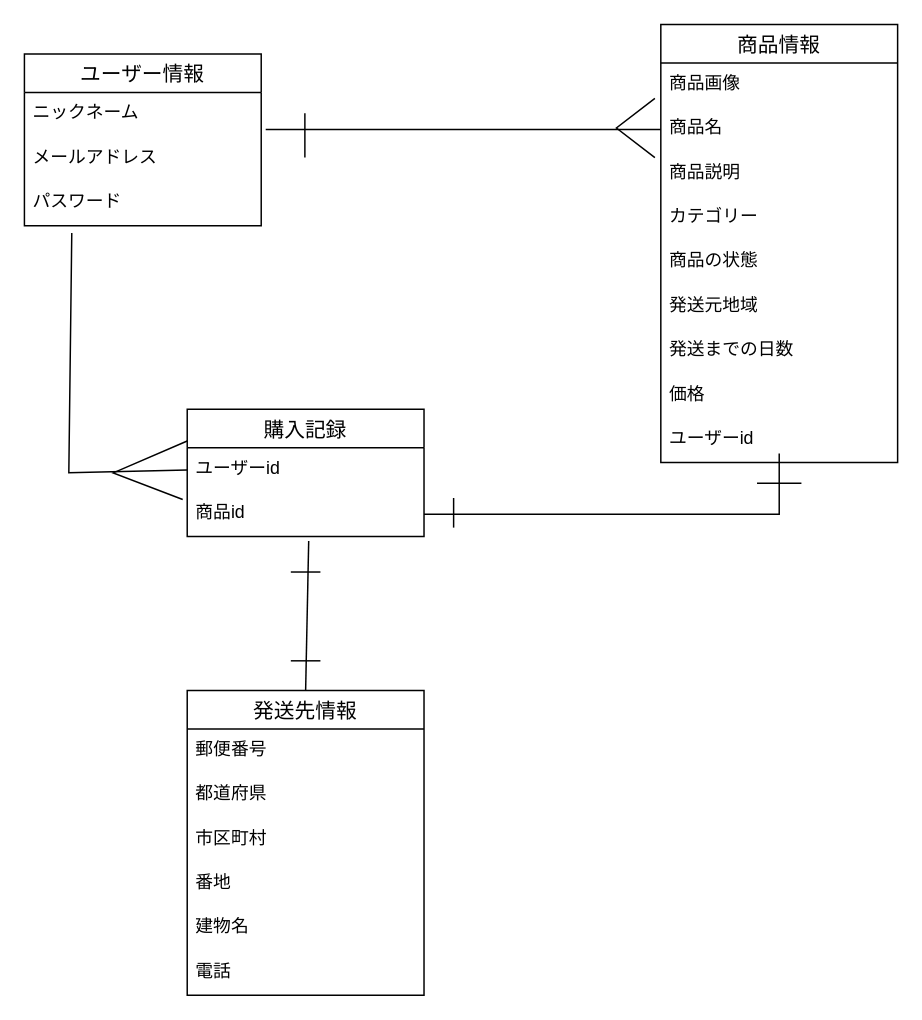
Above: test.dio in nariyakitada/furima-38401 (draw.io), before the change. Source tidied: cells renumbered, new cells numbered last; positions are measured from the earlier drawing's top-left corner, leaving out a move shared by most shapes. Both pictures are drawn from the tidied source at 148%, with x=0, y=0 at pixel (24, 24).
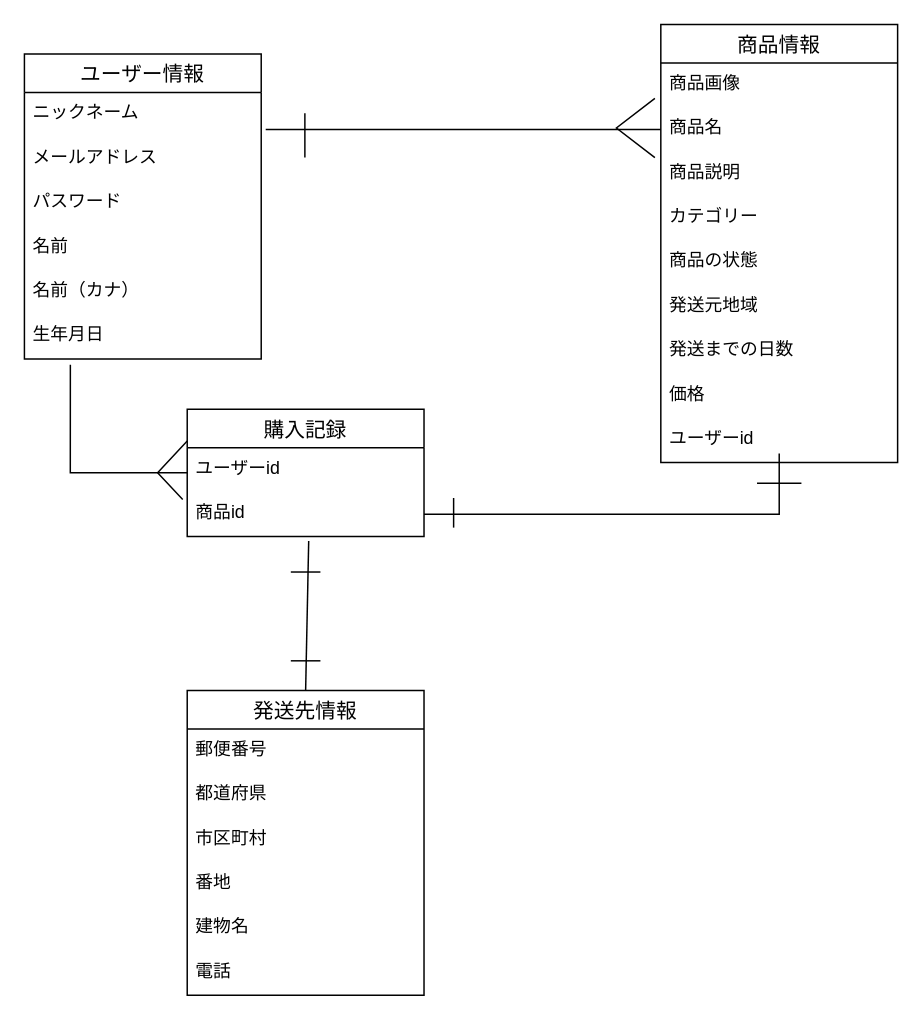
The same diagram, later.

Commit message (it also covers changes not shown here):
データベース設計２

The change refers to these unchanged cells:
```xml
<mxCell id="5" value="パスワード" style="text;strokeColor=none;fillColor=none;spacingLeft=4;spacingRight=4;overflow=hidden;points=[[0,0.5],[1,0.5]];portConstraint=eastwest;fontSize=12;" parent="2" vertex="1">
  <mxGeometry y="86" width="160" height="30" as="geometry" />
</mxCell>
<mxCell id="17" value="購入記録" style="swimlane;fontStyle=0;horizontal=1;startSize=26;align=center;fontSize=14;" parent="1" vertex="1">
  <mxGeometry x="110" y="260" width="160" height="86" as="geometry" />
</mxCell>
<mxCell id="18" value="ユーザーid" style="text;strokeColor=none;fillColor=none;spacingLeft=4;spacingRight=4;overflow=hidden;points=[[0,0.5],[1,0.5]];portConstraint=eastwest;fontSize=12;" parent="17" vertex="1">
  <mxGeometry y="26" width="160" height="30" as="geometry" />
</mxCell>
<mxCell id="19" value="商品id&#10;" style="text;strokeColor=none;fillColor=none;spacingLeft=4;spacingRight=4;overflow=hidden;points=[[0,0.5],[1,0.5]];portConstraint=eastwest;fontSize=12;" parent="17" vertex="1">
  <mxGeometry y="56" width="160" height="30" as="geometry" />
</mxCell>
```

The edit, as a diff of the source:
```diff
@@
     <mxCell id="2" value="ユーザー情報" style="swimlane;fontStyle=0;horizontal=1;startSize=26;align=center;fontSize=14;" parent="1" vertex="1">
-      <mxGeometry y="20" width="160" height="116" as="geometry" />
+      <mxGeometry y="20" width="160" height="206" as="geometry" />
     </mxCell>
@@
+    <mxCell id="37" value="名前" style="text;strokeColor=none;fillColor=none;spacingLeft=4;spacingRight=4;overflow=hidden;fontSize=12;" parent="2" vertex="1">
+      <mxGeometry y="116" width="160" height="30" as="geometry" />
+    </mxCell>
+    <mxCell id="38" value="名前（カナ）" style="text;strokeColor=none;fillColor=none;spacingLeft=4;spacingRight=4;overflow=hidden;fontSize=12;" parent="2" vertex="1">
+      <mxGeometry y="146" width="160" height="30" as="geometry" />
+    </mxCell>
+    <mxCell id="39" value="生年月日" style="text;strokeColor=none;fillColor=none;spacingLeft=4;spacingRight=4;overflow=hidden;points=[[0,0.5],[1,0.5]];portConstraint=eastwest;fontSize=12;" parent="2" vertex="1">
+      <mxGeometry y="176" width="160" height="30" as="geometry" />
+    </mxCell>
@@
     <mxCell id="20" style="endArrow=none;html=1;rounded=0;exitX=0;exitY=0.25;exitDx=0;exitDy=0;entryX=-0.019;entryY=0.167;entryDx=0;entryDy=0;entryPerimeter=0;" parent="17" edge="1" source="17" target="19">
       <mxGeometry relative="1" as="geometry">
         <Array as="points">
-          <mxPoint x="-50" y="43" />
+          <mxPoint x="-20" y="43" />
         </Array>
       </mxGeometry>
     </mxCell>
@@
-    <mxCell id="29" style="endArrow=none;html=1;rounded=0;entryX=0;entryY=0.5;entryDx=0;entryDy=0;exitX=0.2;exitY=1.167;exitDx=0;exitDy=0;exitPerimeter=0;" parent="1" edge="1" source="5" target="18">
-      <mxGeometry relative="1" as="geometry">
-        <Array as="points">
-          <mxPoint x="30" y="303" />
-        </Array>
-      </mxGeometry>
-    </mxCell>
@@
+    <mxCell id="40" style="endArrow=none;html=1;rounded=0;exitX=0.194;exitY=1.133;exitDx=0;exitDy=0;exitPerimeter=0;" parent="1" edge="1" source="39">
+      <mxGeometry relative="1" as="geometry">
+        <mxPoint x="110" y="303" as="targetPoint" />
+        <Array as="points">
+          <mxPoint x="31" y="303" />
+        </Array>
+      </mxGeometry>
+    </mxCell>
```
